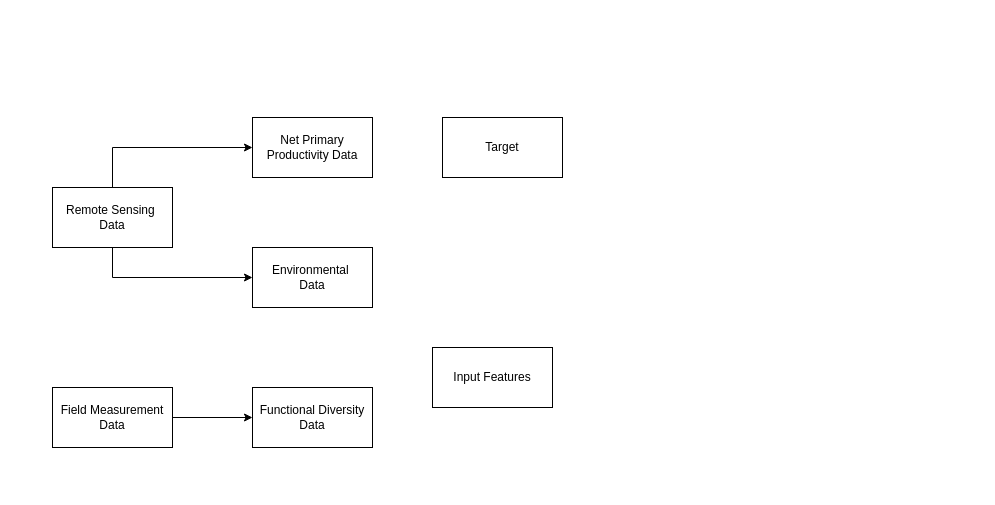
The draw.io diagram visualisations/Untitled Diagram.drawio in qiulinlx/FD_Stability, before the edit. Source tidied: cells renumbered, new cells numbered last; positions are measured from the earlier drawing's top-left corner, leaving out a move shared by most shapes. Both pictures are drawn from the tidied source at 100%, with x=0, y=0 at pixel (52, 117).
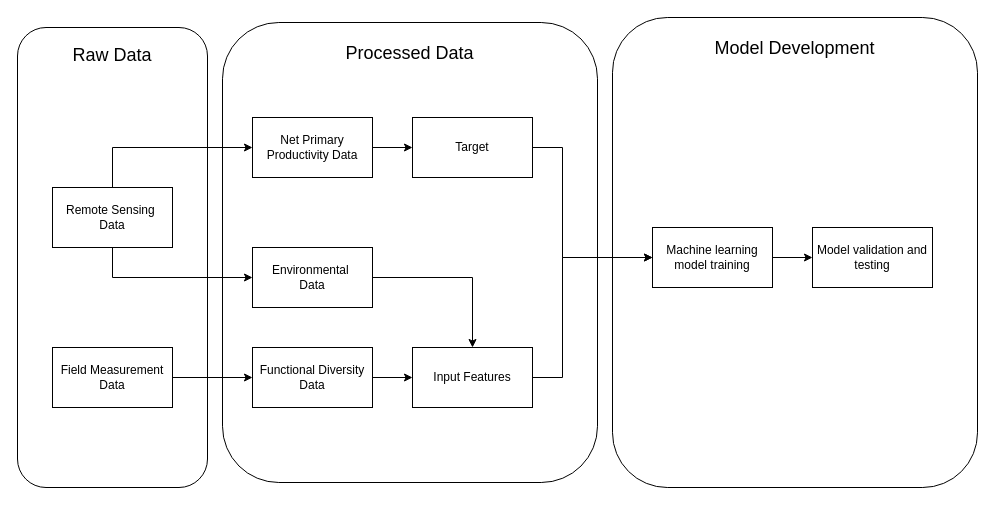
After the change.

The change refers to these unchanged cells:
```xml
<mxCell id="3" value="&lt;div&gt;Net Primary Productivity Data&lt;/div&gt;" style="rounded=0;whiteSpace=wrap;html=1;" parent="1" vertex="1">
  <mxGeometry x="200" width="120" height="60" as="geometry" />
</mxCell>
<mxCell id="4" value="&lt;div&gt;Environmental&amp;nbsp;&lt;/div&gt;&lt;div&gt;Data&lt;/div&gt;" style="rounded=0;whiteSpace=wrap;html=1;" parent="1" vertex="1">
  <mxGeometry x="200" y="130" width="120" height="60" as="geometry" />
</mxCell>
```

Diff of the diagram source:
```diff
@@
+    <mxCell id="12" value="&lt;div align=&quot;center&quot;&gt;&lt;font style=&quot;font-size: 18px;&quot;&gt;Model Development&lt;/font&gt;&lt;/div&gt;&lt;div&gt;&lt;br&gt;&lt;/div&gt;&lt;div&gt;&lt;br&gt;&lt;/div&gt;&lt;div&gt;&lt;br&gt;&lt;/div&gt;&lt;div&gt;&lt;font size=&quot;3&quot;&gt;&lt;br&gt;&lt;/font&gt;&lt;/div&gt;&lt;div&gt;&lt;font size=&quot;3&quot;&gt;&lt;br&gt;&lt;/font&gt;&lt;/div&gt;&lt;div&gt;&lt;font size=&quot;3&quot;&gt;&lt;br&gt;&lt;/font&gt;&lt;/div&gt;&lt;div&gt;&lt;font size=&quot;3&quot;&gt;&lt;br&gt;&lt;/font&gt;&lt;/div&gt;&lt;div&gt;&lt;font size=&quot;3&quot;&gt;&lt;br&gt;&lt;/font&gt;&lt;/div&gt;&lt;div&gt;&lt;font size=&quot;3&quot;&gt;&lt;br&gt;&lt;/font&gt;&lt;/div&gt;&lt;div&gt;&lt;font size=&quot;3&quot;&gt;&lt;br&gt;&lt;/font&gt;&lt;/div&gt;&lt;div&gt;&lt;font size=&quot;3&quot;&gt;&lt;br&gt;&lt;/font&gt;&lt;/div&gt;&lt;div&gt;&lt;font size=&quot;3&quot;&gt;&lt;br&gt;&lt;/font&gt;&lt;/div&gt;&lt;div&gt;&lt;font size=&quot;3&quot;&gt;&lt;br&gt;&lt;/font&gt;&lt;/div&gt;&lt;div&gt;&lt;font size=&quot;3&quot;&gt;&lt;br&gt;&lt;/font&gt;&lt;/div&gt;&lt;div&gt;&lt;font size=&quot;3&quot;&gt;&lt;br&gt;&lt;/font&gt;&lt;/div&gt;&lt;div&gt;&lt;font size=&quot;3&quot;&gt;&lt;br&gt;&lt;/font&gt;&lt;/div&gt;&lt;div&gt;&lt;font size=&quot;3&quot;&gt;&lt;br&gt;&lt;/font&gt;&lt;/div&gt;&lt;div&gt;&lt;font size=&quot;3&quot;&gt;&lt;br&gt;&lt;/font&gt;&lt;/div&gt;&lt;div&gt;&lt;font size=&quot;3&quot;&gt;&lt;br&gt;&lt;/font&gt;&lt;/div&gt;&lt;div&gt;&lt;font size=&quot;3&quot;&gt;&lt;br&gt;&lt;/font&gt;&lt;/div&gt;&lt;div&gt;&lt;font size=&quot;3&quot;&gt;&lt;br&gt;&lt;/font&gt;&lt;/div&gt;&lt;div&gt;&lt;font size=&quot;3&quot;&gt;&lt;br&gt;&lt;/font&gt;&lt;/div&gt;" style="rounded=1;whiteSpace=wrap;html=1;align=center;fillColor=light-dark(#FFFFFF,#F19C99);" parent="1" vertex="1">
+      <mxGeometry x="560" y="-100" width="365" height="470" as="geometry" />
+    </mxCell>
+    <mxCell id="13" value="&lt;div align=&quot;center&quot;&gt;&lt;font style=&quot;font-size: 18px;&quot;&gt;Processed Data&lt;/font&gt;&lt;/div&gt;&lt;div&gt;&lt;br&gt;&lt;/div&gt;&lt;div&gt;&lt;font size=&quot;3&quot;&gt;&lt;br&gt;&lt;/font&gt;&lt;/div&gt;&lt;div&gt;&lt;font size=&quot;3&quot;&gt;&lt;br&gt;&lt;/font&gt;&lt;/div&gt;&lt;div&gt;&lt;font size=&quot;3&quot;&gt;&lt;br&gt;&lt;/font&gt;&lt;/div&gt;&lt;div&gt;&lt;font size=&quot;3&quot;&gt;&lt;br&gt;&lt;/font&gt;&lt;/div&gt;&lt;div&gt;&lt;font size=&quot;3&quot;&gt;&lt;br&gt;&lt;/font&gt;&lt;/div&gt;&lt;div&gt;&lt;font size=&quot;3&quot;&gt;&lt;br&gt;&lt;/font&gt;&lt;/div&gt;&lt;div&gt;&lt;font size=&quot;3&quot;&gt;&lt;br&gt;&lt;/font&gt;&lt;/div&gt;&lt;div&gt;&lt;font size=&quot;3&quot;&gt;&lt;br&gt;&lt;/font&gt;&lt;/div&gt;&lt;div&gt;&lt;font size=&quot;3&quot;&gt;&lt;br&gt;&lt;/font&gt;&lt;/div&gt;&lt;div&gt;&lt;font size=&quot;3&quot;&gt;&lt;br&gt;&lt;/font&gt;&lt;/div&gt;&lt;div&gt;&lt;font size=&quot;3&quot;&gt;&lt;br&gt;&lt;/font&gt;&lt;/div&gt;&lt;div&gt;&lt;font size=&quot;3&quot;&gt;&lt;br&gt;&lt;/font&gt;&lt;/div&gt;&lt;div&gt;&lt;font size=&quot;3&quot;&gt;&lt;br&gt;&lt;/font&gt;&lt;/div&gt;&lt;div&gt;&lt;font size=&quot;3&quot;&gt;&lt;br&gt;&lt;/font&gt;&lt;/div&gt;&lt;div&gt;&lt;font size=&quot;3&quot;&gt;&lt;br&gt;&lt;/font&gt;&lt;/div&gt;&lt;div&gt;&lt;font size=&quot;3&quot;&gt;&lt;br&gt;&lt;/font&gt;&lt;/div&gt;&lt;div&gt;&lt;font size=&quot;3&quot;&gt;&lt;br&gt;&lt;/font&gt;&lt;/div&gt;&lt;div&gt;&lt;font size=&quot;3&quot;&gt;&lt;br&gt;&lt;/font&gt;&lt;/div&gt;&lt;div&gt;&lt;font size=&quot;3&quot;&gt;&lt;br&gt;&lt;/font&gt;&lt;/div&gt;&lt;div&gt;&lt;font size=&quot;3&quot;&gt;&lt;br&gt;&lt;/font&gt;&lt;/div&gt;" style="rounded=1;whiteSpace=wrap;html=1;align=center;fillColor=light-dark(#FFFFFF,#9AC7BF);" parent="1" vertex="1">
+      <mxGeometry x="170" y="-95" width="375" height="460" as="geometry" />
+    </mxCell>
+    <mxCell id="14" value="&lt;div align=&quot;center&quot;&gt;&lt;font style=&quot;font-size: 18px;&quot;&gt;Raw Data&lt;/font&gt;&lt;/div&gt;&lt;div&gt;&lt;font size=&quot;3&quot;&gt;&lt;br&gt;&lt;/font&gt;&lt;/div&gt;&lt;div&gt;&lt;font size=&quot;3&quot;&gt;&lt;br&gt;&lt;/font&gt;&lt;/div&gt;&lt;div&gt;&lt;font size=&quot;3&quot;&gt;&lt;br&gt;&lt;/font&gt;&lt;/div&gt;&lt;div&gt;&lt;font size=&quot;3&quot;&gt;&lt;br&gt;&lt;/font&gt;&lt;/div&gt;&lt;div&gt;&lt;font size=&quot;3&quot;&gt;&lt;br&gt;&lt;/font&gt;&lt;/div&gt;&lt;div&gt;&lt;font size=&quot;3&quot;&gt;&lt;br&gt;&lt;/font&gt;&lt;/div&gt;&lt;div&gt;&lt;font size=&quot;3&quot;&gt;&lt;br&gt;&lt;/font&gt;&lt;/div&gt;&lt;div&gt;&lt;font size=&quot;3&quot;&gt;&lt;br&gt;&lt;/font&gt;&lt;/div&gt;&lt;div&gt;&lt;font size=&quot;3&quot;&gt;&lt;br&gt;&lt;/font&gt;&lt;/div&gt;&lt;div&gt;&lt;font size=&quot;3&quot;&gt;&lt;br&gt;&lt;/font&gt;&lt;/div&gt;&lt;div&gt;&lt;font size=&quot;3&quot;&gt;&lt;br&gt;&lt;/font&gt;&lt;/div&gt;&lt;div&gt;&lt;font size=&quot;3&quot;&gt;&lt;br&gt;&lt;/font&gt;&lt;/div&gt;&lt;div&gt;&lt;font size=&quot;3&quot;&gt;&lt;br&gt;&lt;/font&gt;&lt;/div&gt;&lt;div&gt;&lt;font size=&quot;3&quot;&gt;&lt;br&gt;&lt;/font&gt;&lt;/div&gt;&lt;div&gt;&lt;font size=&quot;3&quot;&gt;&lt;br&gt;&lt;/font&gt;&lt;/div&gt;&lt;div&gt;&lt;font size=&quot;3&quot;&gt;&lt;br&gt;&lt;/font&gt;&lt;/div&gt;&lt;div&gt;&lt;font size=&quot;3&quot;&gt;&lt;br&gt;&lt;/font&gt;&lt;/div&gt;&lt;div&gt;&lt;font size=&quot;3&quot;&gt;&lt;br&gt;&lt;/font&gt;&lt;/div&gt;&lt;div&gt;&lt;font size=&quot;3&quot;&gt;&lt;br&gt;&lt;/font&gt;&lt;/div&gt;&lt;div&gt;&lt;font size=&quot;3&quot;&gt;&lt;br&gt;&lt;/font&gt;&lt;/div&gt;&lt;div&gt;&lt;font size=&quot;3&quot;&gt;&lt;br&gt;&lt;/font&gt;&lt;/div&gt;" style="rounded=1;whiteSpace=wrap;html=1;align=center;fillColor=light-dark(#FFFFFF,#A9C4EB);" parent="1" vertex="1">
+      <mxGeometry x="-35" y="-90" width="190" height="460" as="geometry" />
+    </mxCell>
+    <mxCell id="15" style="edgeStyle=orthogonalEdgeStyle;rounded=0;jettySize=auto;html=1;exitX=1;exitY=0.5;exitDx=0;exitDy=0;entryX=0;entryY=0.5;entryDx=0;entryDy=0;" parent="1" edge="1" source="2" target="10">
+      <mxGeometry relative="1" as="geometry" />
+    </mxCell>
     <mxCell id="2" value="&lt;div&gt;Functional Diversity Data&lt;/div&gt;" style="rounded=0;whiteSpace=wrap;html=1;" parent="1" vertex="1">
-      <mxGeometry x="200" y="270" width="120" height="60" as="geometry" />
+      <mxGeometry x="200" y="230" width="120" height="60" as="geometry" />
     </mxCell>
+    <mxCell id="16" style="edgeStyle=orthogonalEdgeStyle;rounded=0;jettySize=auto;html=1;entryX=0;entryY=0.5;entryDx=0;entryDy=0;" parent="1" edge="1" source="3" target="11">
+      <mxGeometry relative="1" as="geometry" />
+    </mxCell>
@@
+    <mxCell id="17" style="edgeStyle=orthogonalEdgeStyle;rounded=0;jettySize=auto;html=1;entryX=0.5;entryY=0;entryDx=0;entryDy=0;" parent="1" edge="1" source="4" target="10">
+      <mxGeometry relative="1" as="geometry" />
+    </mxCell>
@@
     <mxCell id="6" value="&lt;div&gt;Field Measurement Data&lt;/div&gt;" style="rounded=0;whiteSpace=wrap;html=1;" parent="1" vertex="1">
-      <mxGeometry y="270" width="120" height="60" as="geometry" />
+      <mxGeometry y="230" width="120" height="60" as="geometry" />
     </mxCell>
@@
+    <mxCell id="18" style="edgeStyle=orthogonalEdgeStyle;rounded=0;jettySize=auto;html=1;entryX=0;entryY=0.5;entryDx=0;entryDy=0;" parent="1" edge="1" source="10" target="21">
+      <mxGeometry relative="1" as="geometry">
+        <Array as="points">
+          <mxPoint x="510" y="260" />
+          <mxPoint x="510" y="140" />
+        </Array>
+      </mxGeometry>
+    </mxCell>
     <mxCell id="10" value="&lt;div&gt;Input Features&lt;/div&gt;" style="rounded=0;whiteSpace=wrap;html=1;" parent="1" vertex="1">
-      <mxGeometry x="380" y="230" width="120" height="60" as="geometry" />
+      <mxGeometry x="360" y="230" width="120" height="60" as="geometry" />
     </mxCell>
     <mxCell id="11" value="&lt;div&gt;Target&lt;/div&gt;" style="rounded=0;whiteSpace=wrap;html=1;" parent="1" vertex="1">
-      <mxGeometry x="390" width="120" height="60" as="geometry" />
+      <mxGeometry x="360" width="120" height="60" as="geometry" />
     </mxCell>
+    <mxCell id="19" style="edgeStyle=orthogonalEdgeStyle;rounded=0;jettySize=auto;html=1;exitX=1;exitY=0.5;exitDx=0;exitDy=0;" parent="1" edge="1" source="21" target="20">
+      <mxGeometry relative="1" as="geometry" />
+    </mxCell>
+    <mxCell id="20" value="Model validation and testing" style="whiteSpace=wrap;html=1;rounded=0;" parent="1" vertex="1">
+      <mxGeometry x="760" y="110" width="120" height="60" as="geometry" />
+    </mxCell>
+    <mxCell id="21" value="&lt;div&gt;Machine learning model training&lt;/div&gt;" style="whiteSpace=wrap;html=1;rounded=0;" parent="1" vertex="1">
+      <mxGeometry x="600" y="110" width="120" height="60" as="geometry" />
+    </mxCell>
+    <mxCell id="22" style="edgeStyle=orthogonalEdgeStyle;rounded=0;jettySize=auto;html=1;exitX=1;exitY=0.5;exitDx=0;exitDy=0;entryX=0;entryY=0.5;entryDx=0;entryDy=0;" parent="1" edge="1" source="11" target="21">
+      <mxGeometry relative="1" as="geometry">
+        <Array as="points">
+          <mxPoint x="510" y="30" />
+          <mxPoint x="510" y="140" />
+        </Array>
+      </mxGeometry>
+    </mxCell>
```
